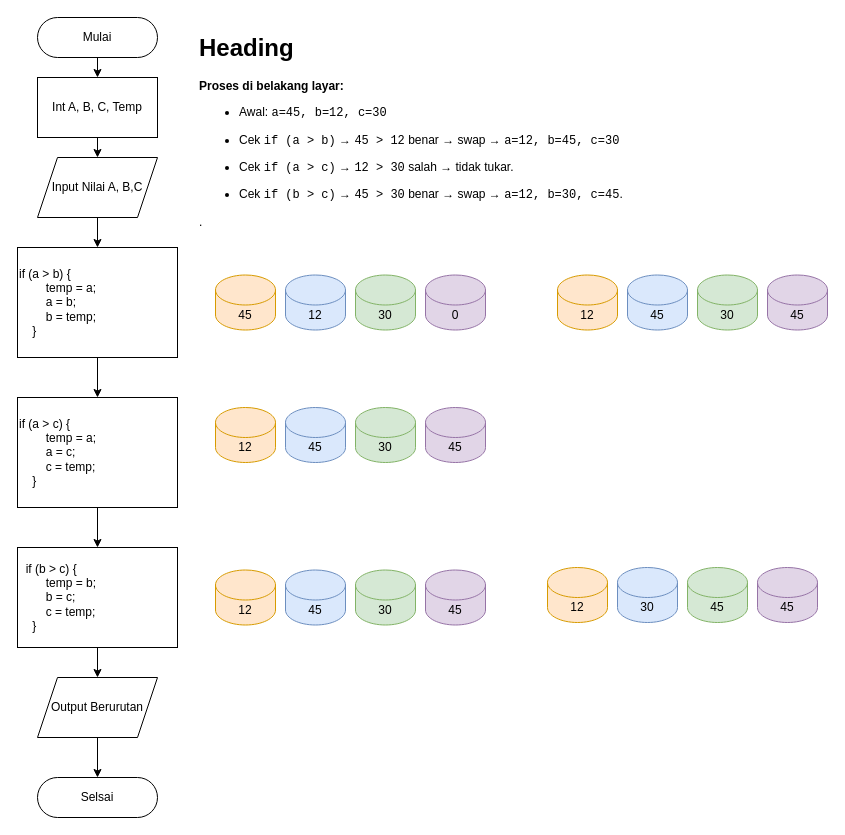
This is Diagram Tanpa Judul.drawio from NoerFajrin/Teori-Algoritma-dan-Pemograman, a draw.io file, before an edit. Source tidied: cells renumbered, new cells numbered last; positions are measured from the earlier drawing's top-left corner, leaving out a move shared by most shapes. Both pictures are drawn from the tidied source at 100%, with x=0, y=0 at pixel (17, 17).
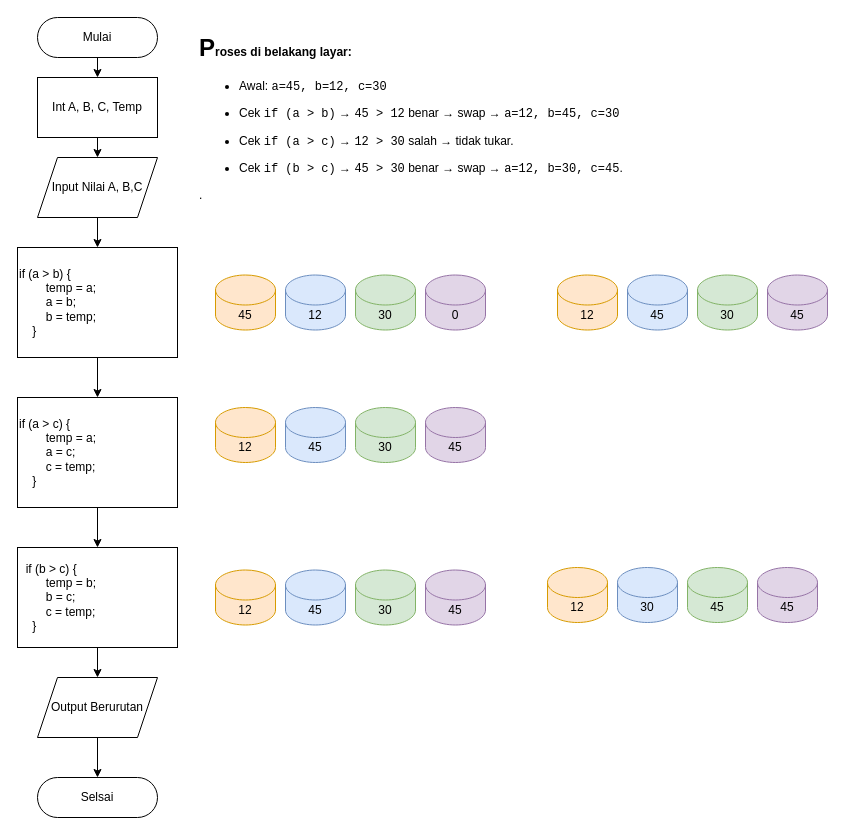
Above is the later version.

Diff of the diagram source:
```diff
@@
-    <mxCell id="17" value="&lt;h1 style=&quot;margin-top: 0px;&quot;&gt;Heading&lt;/h1&gt;&lt;p&gt;&lt;strong&gt;Proses di belakang layar:&lt;/strong&gt;&lt;/p&gt;&lt;ul&gt;&lt;li&gt;&lt;p&gt;Awal: &lt;code&gt;a=45, b=12, c=30&lt;/code&gt;&lt;/p&gt;&lt;/li&gt;&lt;li&gt;&lt;p&gt;Cek &lt;code&gt;if (a &amp;gt; b)&lt;/code&gt; → &lt;code&gt;45 &amp;gt; 12&lt;/code&gt; benar → swap → &lt;code&gt;a=12, b=45, c=30&lt;/code&gt;&lt;/p&gt;&lt;/li&gt;&lt;li&gt;&lt;p&gt;Cek &lt;code&gt;if (a &amp;gt; c)&lt;/code&gt; → &lt;code&gt;12 &amp;gt; 30&lt;/code&gt; salah → tidak tukar.&lt;/p&gt;&lt;/li&gt;&lt;li&gt;&lt;p&gt;Cek &lt;code&gt;if (b &amp;gt; c)&lt;/code&gt; → &lt;code&gt;45 &amp;gt; 30&lt;/code&gt; benar → swap → &lt;code&gt;a=12, b=30, c=45&lt;/code&gt;.&lt;/p&gt;&lt;/li&gt;&lt;/ul&gt;&lt;p&gt;.&lt;/p&gt;" style="text;html=1;whiteSpace=wrap;overflow=hidden;rounded=0;" parent="1" vertex="1">
+    <mxCell id="17" value="&lt;h1 style=&quot;margin-top: 0px;&quot;&gt;&lt;span style=&quot;background-color: transparent; color: light-dark(rgb(0, 0, 0), rgb(255, 255, 255));&quot;&gt;P&lt;/span&gt;&lt;strong style=&quot;background-color: transparent; color: light-dark(rgb(0, 0, 0), rgb(255, 255, 255)); font-size: 12px;&quot;&gt;roses di belakang layar:&lt;/strong&gt;&lt;/h1&gt;&lt;ul&gt;&lt;li&gt;&lt;p&gt;Awal: &lt;code&gt;a=45, b=12, c=30&lt;/code&gt;&lt;/p&gt;&lt;/li&gt;&lt;li&gt;&lt;p&gt;Cek &lt;code&gt;if (a &amp;gt; b)&lt;/code&gt; → &lt;code&gt;45 &amp;gt; 12&lt;/code&gt; benar → swap → &lt;code&gt;a=12, b=45, c=30&lt;/code&gt;&lt;/p&gt;&lt;/li&gt;&lt;li&gt;&lt;p&gt;Cek &lt;code&gt;if (a &amp;gt; c)&lt;/code&gt; → &lt;code&gt;12 &amp;gt; 30&lt;/code&gt; salah → tidak tukar.&lt;/p&gt;&lt;/li&gt;&lt;li&gt;&lt;p&gt;Cek &lt;code&gt;if (b &amp;gt; c)&lt;/code&gt; → &lt;code&gt;45 &amp;gt; 30&lt;/code&gt; benar → swap → &lt;code&gt;a=12, b=30, c=45&lt;/code&gt;.&lt;/p&gt;&lt;/li&gt;&lt;/ul&gt;&lt;p&gt;.&lt;/p&gt;" style="text;html=1;whiteSpace=wrap;overflow=hidden;rounded=0;" parent="1" vertex="1">
       <mxGeometry x="180" y="10" width="540" height="200" as="geometry" />
     </mxCell>
```
